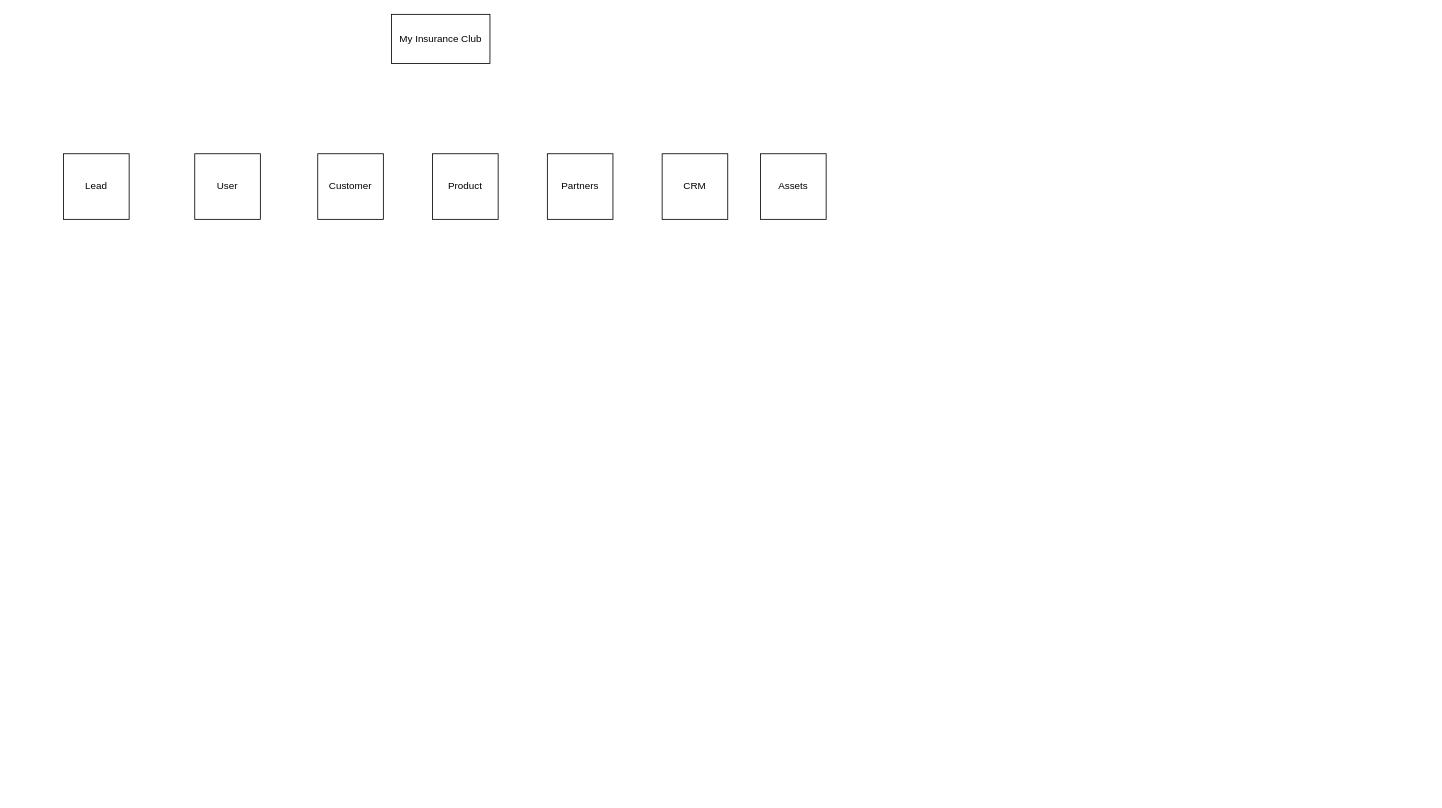
The draw.io diagram MIC.drawio in akashpulsor/akashdocs, before the edit. Source tidied: cells renumbered, new cells numbered last; positions are measured from the earlier drawing's top-left corner, leaving out a move shared by most shapes. Both pictures are drawn from the tidied source at 82%, with x=0, y=0 at pixel (63, 14).
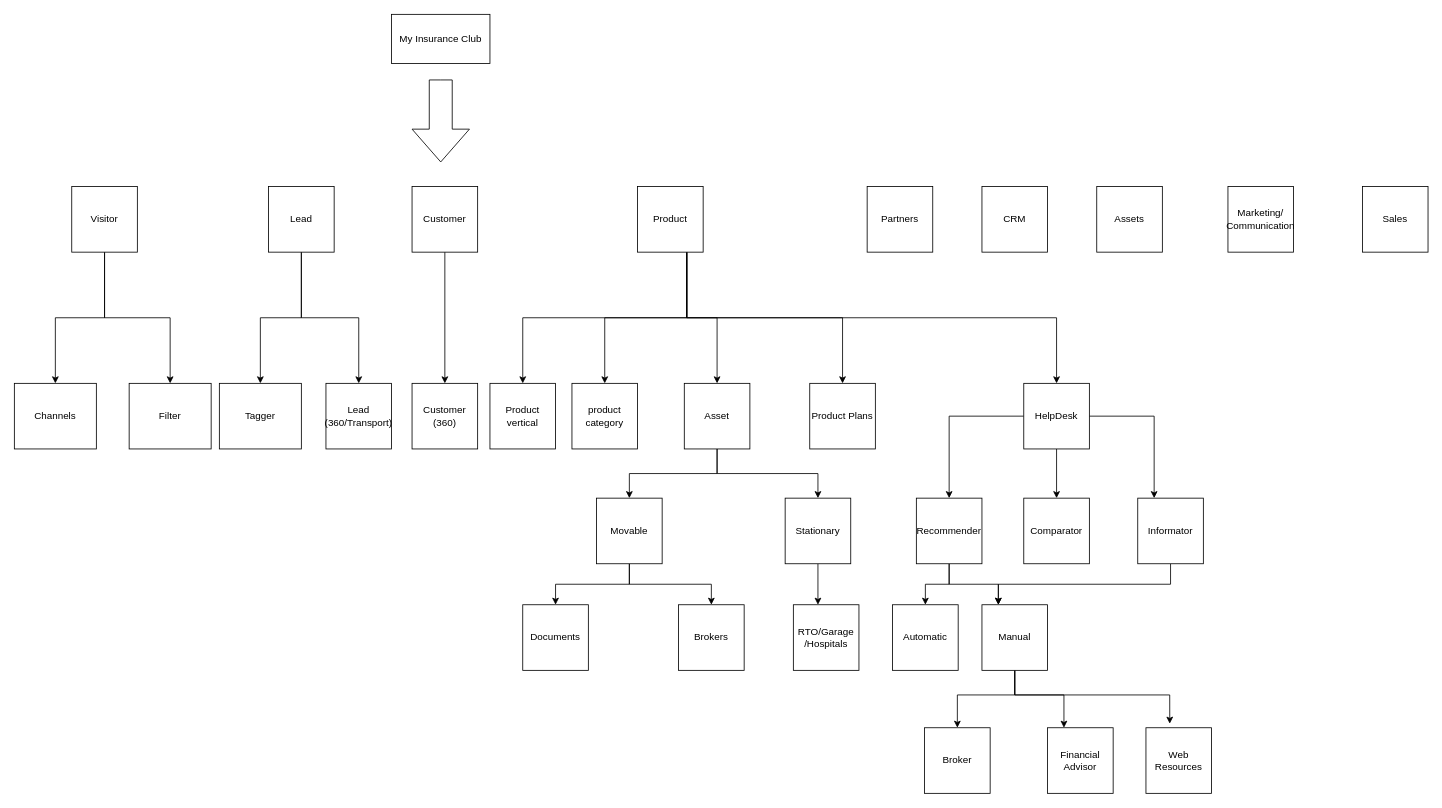
Above is the later version.

Diff of the diagram source:
```diff
@@
+    <mxCell id="10" style="edgeStyle=orthogonalEdgeStyle;rounded=0;jettySize=auto;html=1;exitX=0.5;exitY=1;exitDx=0;exitDy=0;" parent="1" edge="1" source="2" target="22">
+      <mxGeometry relative="1" as="geometry" />
+    </mxCell>
+    <mxCell id="11" style="edgeStyle=orthogonalEdgeStyle;rounded=0;jettySize=auto;html=1;exitX=0.5;exitY=1;exitDx=0;exitDy=0;" parent="1" edge="1" source="2" target="23">
+      <mxGeometry relative="1" as="geometry" />
+    </mxCell>
-    <mxCell id="2" value="Lead" style="rounded=0;whiteSpace=wrap;html=1;" parent="1" vertex="1">
-      <mxGeometry y="170" width="80" height="80" as="geometry" />
+    <mxCell id="2" value="Visitor" style="rounded=0;whiteSpace=wrap;html=1;" parent="1" vertex="1">
+      <mxGeometry x="10" y="210" width="80" height="80" as="geometry" />
     </mxCell>
+    <mxCell id="12" style="edgeStyle=orthogonalEdgeStyle;rounded=0;jettySize=auto;html=1;exitX=0.5;exitY=1;exitDx=0;exitDy=0;" parent="1" edge="1" source="3" target="26">
+      <mxGeometry relative="1" as="geometry" />
+    </mxCell>
     <mxCell id="3" value="Customer" style="whiteSpace=wrap;html=1;" parent="1" vertex="1">
-      <mxGeometry x="310" y="170" width="80" height="80" as="geometry" />
+      <mxGeometry x="425" y="210" width="80" height="80" as="geometry" />
     </mxCell>
@@
+    <mxCell id="13" style="edgeStyle=orthogonalEdgeStyle;rounded=0;jettySize=auto;html=1;exitX=0.75;exitY=1;exitDx=0;exitDy=0;" parent="1" edge="1" source="5" target="28">
+      <mxGeometry relative="1" as="geometry" />
+    </mxCell>
+    <mxCell id="14" style="edgeStyle=orthogonalEdgeStyle;rounded=0;jettySize=auto;html=1;exitX=0.75;exitY=1;exitDx=0;exitDy=0;" parent="1" edge="1" source="5" target="29">
+      <mxGeometry relative="1" as="geometry" />
+    </mxCell>
+    <mxCell id="15" style="edgeStyle=orthogonalEdgeStyle;rounded=0;jettySize=auto;html=1;exitX=0.75;exitY=1;exitDx=0;exitDy=0;" parent="1" edge="1" source="5" target="32">
+      <mxGeometry relative="1" as="geometry" />
+    </mxCell>
+    <mxCell id="16" style="edgeStyle=orthogonalEdgeStyle;rounded=0;jettySize=auto;html=1;exitX=0.75;exitY=1;exitDx=0;exitDy=0;" parent="1" edge="1" source="5" target="41">
+      <mxGeometry relative="1" as="geometry" />
+    </mxCell>
+    <mxCell id="17" style="edgeStyle=orthogonalEdgeStyle;rounded=0;jettySize=auto;html=1;" parent="1" edge="1" source="5" target="45">
+      <mxGeometry relative="1" as="geometry">
+        <Array as="points">
+          <mxPoint x="760" y="370" />
+          <mxPoint x="1211" y="370" />
+        </Array>
+      </mxGeometry>
+    </mxCell>
     <mxCell id="5" value="Product" style="whiteSpace=wrap;html=1;" parent="1" vertex="1">
-      <mxGeometry x="450" y="170" width="80" height="80" as="geometry" />
+      <mxGeometry x="700" y="210" width="80" height="80" as="geometry" />
     </mxCell>
     <mxCell id="6" value="Partners" style="whiteSpace=wrap;html=1;" parent="1" vertex="1">
-      <mxGeometry x="590" y="170" width="80" height="80" as="geometry" />
+      <mxGeometry x="980" y="210" width="80" height="80" as="geometry" />
     </mxCell>
+    <mxCell id="18" style="edgeStyle=orthogonalEdgeStyle;rounded=0;jettySize=auto;html=1;exitX=0.5;exitY=1;exitDx=0;exitDy=0;entryX=0.5;entryY=0;entryDx=0;entryDy=0;" parent="1" edge="1" source="7" target="24">
+      <mxGeometry relative="1" as="geometry" />
+    </mxCell>
+    <mxCell id="19" style="edgeStyle=orthogonalEdgeStyle;rounded=0;jettySize=auto;html=1;exitX=0.5;exitY=1;exitDx=0;exitDy=0;" parent="1" edge="1" source="7" target="25">
+      <mxGeometry relative="1" as="geometry" />
+    </mxCell>
-    <mxCell id="7" value="User" style="whiteSpace=wrap;html=1;" parent="1" vertex="1">
-      <mxGeometry x="160" y="170" width="80" height="80" as="geometry" />
+    <mxCell id="7" value="Lead" style="whiteSpace=wrap;html=1;" parent="1" vertex="1">
+      <mxGeometry x="250" y="210" width="80" height="80" as="geometry" />
     </mxCell>
     <mxCell id="8" value="CRM" style="whiteSpace=wrap;html=1;" parent="1" vertex="1">
-      <mxGeometry x="730" y="170" width="80" height="80" as="geometry" />
+      <mxGeometry x="1120" y="210" width="80" height="80" as="geometry" />
     </mxCell>
     <mxCell id="9" value="Assets" style="whiteSpace=wrap;html=1;" parent="1" vertex="1">
-      <mxGeometry x="850" y="170" width="80" height="80" as="geometry" />
+      <mxGeometry x="1260" y="210" width="80" height="80" as="geometry" />
     </mxCell>
+    <mxCell id="20" style="html=1;shadow=0;dashed=0;align=center;verticalAlign=middle;shape=mxgraph.arrows2.arrow;dy=0.6;dx=40;direction=south;notch=0;" parent="1" vertex="1">
+      <mxGeometry x="425" y="80" width="70" height="100" as="geometry" />
+    </mxCell>
+    <mxCell id="21" value="Marketing/&lt;br&gt;Communication" style="whiteSpace=wrap;html=1;" parent="1" vertex="1">
+      <mxGeometry x="1420" y="210" width="80" height="80" as="geometry" />
+    </mxCell>
+    <mxCell id="22" value="Channels" style="rounded=0;whiteSpace=wrap;html=1;" parent="1" vertex="1">
+      <mxGeometry x="-60" y="450" width="100" height="80" as="geometry" />
+    </mxCell>
+    <mxCell id="23" value="Filter" style="rounded=0;whiteSpace=wrap;html=1;" parent="1" vertex="1">
+      <mxGeometry x="80" y="450" width="100" height="80" as="geometry" />
+    </mxCell>
+    <mxCell id="24" value="Tagger" style="rounded=0;whiteSpace=wrap;html=1;" parent="1" vertex="1">
+      <mxGeometry x="190" y="450" width="100" height="80" as="geometry" />
+    </mxCell>
+    <mxCell id="25" value="Lead (360/Transport)" style="whiteSpace=wrap;html=1;" parent="1" vertex="1">
+      <mxGeometry x="320" y="450" width="80" height="80" as="geometry" />
+    </mxCell>
+    <mxCell id="26" value="Customer (360)" style="whiteSpace=wrap;html=1;" parent="1" vertex="1">
+      <mxGeometry x="425" y="450" width="80" height="80" as="geometry" />
+    </mxCell>
+    <mxCell id="27" value="Sales" style="whiteSpace=wrap;html=1;" parent="1" vertex="1">
+      <mxGeometry x="1584" y="210" width="80" height="80" as="geometry" />
+    </mxCell>
+    <mxCell id="28" value="Product vertical" style="whiteSpace=wrap;html=1;" parent="1" vertex="1">
+      <mxGeometry x="520" y="450" width="80" height="80" as="geometry" />
+    </mxCell>
+    <mxCell id="29" value="product category" style="whiteSpace=wrap;html=1;" parent="1" vertex="1">
+      <mxGeometry x="620" y="450" width="80" height="80" as="geometry" />
+    </mxCell>
+    <mxCell id="30" style="edgeStyle=orthogonalEdgeStyle;rounded=0;jettySize=auto;html=1;exitX=0.5;exitY=1;exitDx=0;exitDy=0;" parent="1" edge="1" source="32" target="35">
+      <mxGeometry relative="1" as="geometry" />
+    </mxCell>
+    <mxCell id="31" style="edgeStyle=orthogonalEdgeStyle;rounded=0;jettySize=auto;html=1;exitX=0.5;exitY=1;exitDx=0;exitDy=0;entryX=0.5;entryY=0;entryDx=0;entryDy=0;" parent="1" edge="1" source="32" target="37">
+      <mxGeometry relative="1" as="geometry" />
+    </mxCell>
+    <mxCell id="32" value="Asset" style="whiteSpace=wrap;html=1;" parent="1" vertex="1">
+      <mxGeometry x="757" y="450" width="80" height="80" as="geometry" />
+    </mxCell>
+    <mxCell id="33" style="edgeStyle=orthogonalEdgeStyle;rounded=0;jettySize=auto;html=1;exitX=0.5;exitY=1;exitDx=0;exitDy=0;entryX=0.5;entryY=0;entryDx=0;entryDy=0;" parent="1" edge="1" source="35" target="38">
+      <mxGeometry relative="1" as="geometry" />
+    </mxCell>
+    <mxCell id="34" style="edgeStyle=orthogonalEdgeStyle;rounded=0;jettySize=auto;html=1;exitX=0.5;exitY=1;exitDx=0;exitDy=0;entryX=0.5;entryY=0;entryDx=0;entryDy=0;" parent="1" edge="1" source="35" target="39">
+      <mxGeometry relative="1" as="geometry" />
+    </mxCell>
+    <mxCell id="35" value="Movable" style="whiteSpace=wrap;html=1;" parent="1" vertex="1">
+      <mxGeometry x="650" y="590" width="80" height="80" as="geometry" />
+    </mxCell>
+    <mxCell id="36" style="edgeStyle=orthogonalEdgeStyle;rounded=0;jettySize=auto;html=1;exitX=0.5;exitY=1;exitDx=0;exitDy=0;entryX=0.375;entryY=0;entryDx=0;entryDy=0;entryPerimeter=0;" parent="1" edge="1" source="37" target="40">
+      <mxGeometry relative="1" as="geometry" />
+    </mxCell>
+    <mxCell id="37" value="Stationary" style="whiteSpace=wrap;html=1;" parent="1" vertex="1">
+      <mxGeometry x="880" y="590" width="80" height="80" as="geometry" />
+    </mxCell>
+    <mxCell id="38" value="Documents" style="whiteSpace=wrap;html=1;" parent="1" vertex="1">
+      <mxGeometry x="560" y="720" width="80" height="80" as="geometry" />
+    </mxCell>
+    <mxCell id="39" value="Brokers" style="whiteSpace=wrap;html=1;" parent="1" vertex="1">
+      <mxGeometry x="750" y="720" width="80" height="80" as="geometry" />
+    </mxCell>
+    <mxCell id="40" value="RTO/Garage&lt;br&gt;/Hospitals" style="whiteSpace=wrap;html=1;" parent="1" vertex="1">
+      <mxGeometry x="890" y="720" width="80" height="80" as="geometry" />
+    </mxCell>
+    <mxCell id="41" value="Product Plans" style="whiteSpace=wrap;html=1;" parent="1" vertex="1">
+      <mxGeometry x="910" y="450" width="80" height="80" as="geometry" />
+    </mxCell>
+    <mxCell id="42" style="edgeStyle=orthogonalEdgeStyle;rounded=0;jettySize=auto;html=1;" parent="1" edge="1" source="45" target="49">
+      <mxGeometry relative="1" as="geometry" />
+    </mxCell>
+    <mxCell id="43" style="edgeStyle=orthogonalEdgeStyle;rounded=0;jettySize=auto;html=1;entryX=0.5;entryY=0;entryDx=0;entryDy=0;" parent="1" edge="1" source="45" target="48">
+      <mxGeometry relative="1" as="geometry" />
+    </mxCell>
+    <mxCell id="44" style="edgeStyle=orthogonalEdgeStyle;rounded=0;jettySize=auto;html=1;entryX=0.25;entryY=0;entryDx=0;entryDy=0;" parent="1" edge="1" source="45" target="56">
+      <mxGeometry relative="1" as="geometry" />
+    </mxCell>
+    <mxCell id="45" value="HelpDesk" style="whiteSpace=wrap;html=1;" parent="1" vertex="1">
+      <mxGeometry x="1171" y="450" width="80" height="80" as="geometry" />
+    </mxCell>
+    <mxCell id="46" style="edgeStyle=orthogonalEdgeStyle;rounded=0;jettySize=auto;html=1;exitX=0.5;exitY=1;exitDx=0;exitDy=0;entryX=0.5;entryY=0;entryDx=0;entryDy=0;" parent="1" edge="1" source="48" target="50">
+      <mxGeometry relative="1" as="geometry" />
+    </mxCell>
+    <mxCell id="47" style="edgeStyle=orthogonalEdgeStyle;rounded=0;jettySize=auto;html=1;exitX=0.5;exitY=1;exitDx=0;exitDy=0;entryX=0.25;entryY=0;entryDx=0;entryDy=0;" parent="1" edge="1" source="48" target="54">
+      <mxGeometry relative="1" as="geometry" />
+    </mxCell>
+    <mxCell id="48" value="Recommender" style="whiteSpace=wrap;html=1;" parent="1" vertex="1">
+      <mxGeometry x="1040" y="590" width="80" height="80" as="geometry" />
+    </mxCell>
+    <mxCell id="49" value="Comparator" style="whiteSpace=wrap;html=1;" parent="1" vertex="1">
+      <mxGeometry x="1171" y="590" width="80" height="80" as="geometry" />
+    </mxCell>
+    <mxCell id="50" value="Automatic" style="whiteSpace=wrap;html=1;" parent="1" vertex="1">
+      <mxGeometry x="1011" y="720" width="80" height="80" as="geometry" />
+    </mxCell>
+    <mxCell id="51" style="edgeStyle=orthogonalEdgeStyle;rounded=0;jettySize=auto;html=1;exitX=0.5;exitY=1;exitDx=0;exitDy=0;entryX=0.5;entryY=0;entryDx=0;entryDy=0;" parent="1" edge="1" source="54" target="57">
+      <mxGeometry relative="1" as="geometry">
+        <Array as="points">
+          <mxPoint x="1160" y="830" />
+          <mxPoint x="1090" y="830" />
+        </Array>
+      </mxGeometry>
+    </mxCell>
+    <mxCell id="52" style="edgeStyle=orthogonalEdgeStyle;rounded=0;jettySize=auto;html=1;exitX=0.5;exitY=1;exitDx=0;exitDy=0;entryX=0.25;entryY=0;entryDx=0;entryDy=0;" parent="1" edge="1" source="54" target="58">
+      <mxGeometry relative="1" as="geometry">
+        <Array as="points">
+          <mxPoint x="1160" y="830" />
+          <mxPoint x="1220" y="830" />
+        </Array>
+      </mxGeometry>
+    </mxCell>
+    <mxCell id="53" style="edgeStyle=orthogonalEdgeStyle;rounded=0;jettySize=auto;html=1;entryX=0.363;entryY=-0.062;entryDx=0;entryDy=0;entryPerimeter=0;" parent="1" edge="1" source="54" target="59">
+      <mxGeometry relative="1" as="geometry">
+        <Array as="points">
+          <mxPoint x="1160" y="830" />
+          <mxPoint x="1349" y="830" />
+        </Array>
+      </mxGeometry>
+    </mxCell>
+    <mxCell id="54" value="Manual" style="whiteSpace=wrap;html=1;" parent="1" vertex="1">
+      <mxGeometry x="1120" y="720" width="80" height="80" as="geometry" />
+    </mxCell>
+    <mxCell id="55" style="edgeStyle=orthogonalEdgeStyle;rounded=0;jettySize=auto;html=1;exitX=0.5;exitY=1;exitDx=0;exitDy=0;entryX=0.25;entryY=0;entryDx=0;entryDy=0;" parent="1" edge="1" source="56" target="54">
+      <mxGeometry relative="1" as="geometry" />
+    </mxCell>
+    <mxCell id="56" value="Informator" style="whiteSpace=wrap;html=1;" parent="1" vertex="1">
+      <mxGeometry x="1310" y="590" width="80" height="80" as="geometry" />
+    </mxCell>
+    <mxCell id="57" value="Broker" style="whiteSpace=wrap;html=1;" parent="1" vertex="1">
+      <mxGeometry x="1050" y="870" width="80" height="80" as="geometry" />
+    </mxCell>
+    <mxCell id="58" value="Financial Advisor" style="whiteSpace=wrap;html=1;" parent="1" vertex="1">
+      <mxGeometry x="1200" y="870" width="80" height="80" as="geometry" />
+    </mxCell>
+    <mxCell id="59" value="Web Resources" style="whiteSpace=wrap;html=1;" parent="1" vertex="1">
+      <mxGeometry x="1320" y="870" width="80" height="80" as="geometry" />
+    </mxCell>
```
